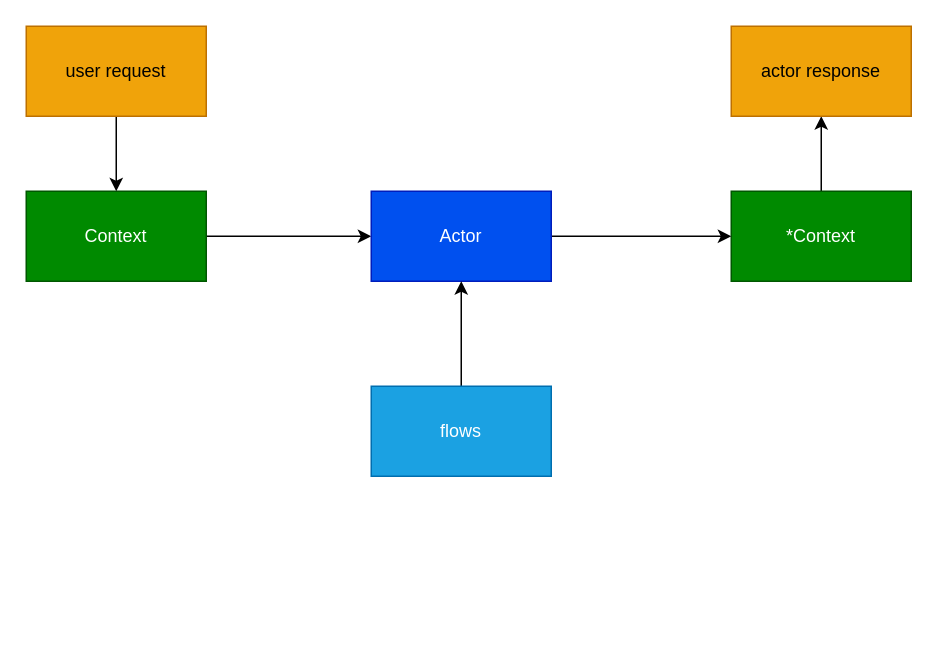
Above: draw.io/5_annotations.dio in deeppavlov/chatsky (draw.io), before the change. Source tidied: cells renumbered, new cells numbered last; positions are measured from the earlier drawing's top-left corner, leaving out a move shared by most shapes. Both pictures are drawn from the tidied source at 150%, with x=0, y=0 at pixel (26, 26).
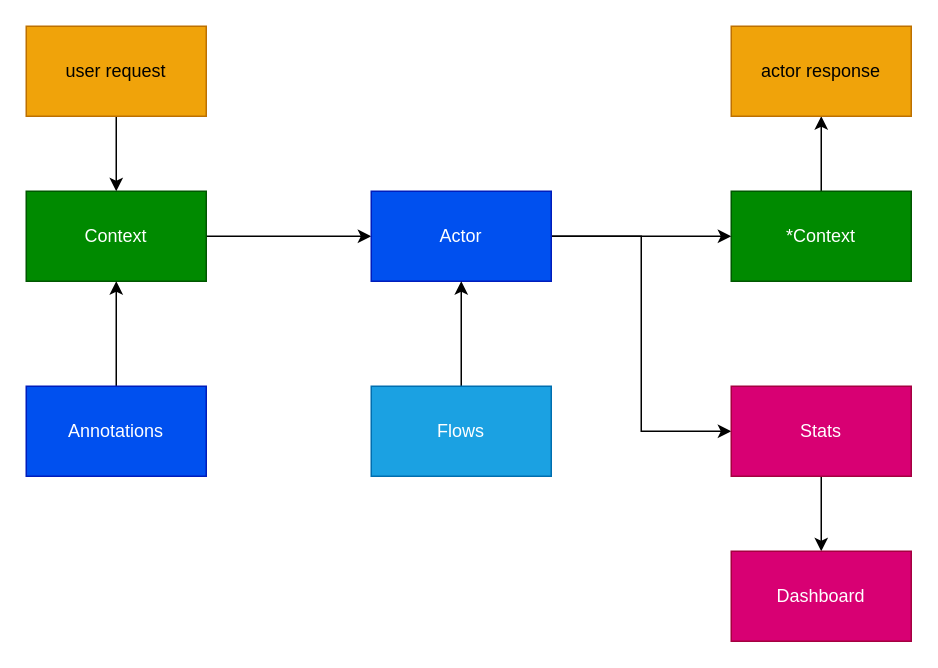
The same page after the edit.

Commit message:
dev: upd draw

The edit, as a diff of the source:
```diff
@@
 <mxGraphModel>
   <root>
     <mxCell id="0" />
     <mxCell id="1" parent="0" />
     <mxCell id="2" style="edgeStyle=orthogonalEdgeStyle;rounded=0;jettySize=auto;html=1;" parent="1" edge="1" source="3" target="7">
       <mxGeometry relative="1" as="geometry" />
     </mxCell>
     <mxCell id="3" value="Context" style="rounded=0;whiteSpace=wrap;html=1;fillColor=#008a00;strokeColor=#005700;fontColor=#ffffff;" parent="1" vertex="1">
       <mxGeometry y="110" width="120" height="60" as="geometry" />
     </mxCell>
     <mxCell id="4" style="edgeStyle=orthogonalEdgeStyle;rounded=0;jettySize=auto;html=1;" parent="1" edge="1" source="5" target="12">
       <mxGeometry relative="1" as="geometry" />
     </mxCell>
     <mxCell id="5" value="*Context" style="rounded=0;whiteSpace=wrap;html=1;fillColor=#008a00;strokeColor=#005700;fontColor=#ffffff;" parent="1" vertex="1">
       <mxGeometry x="470" y="110" width="120" height="60" as="geometry" />
     </mxCell>
     <mxCell id="6" style="edgeStyle=orthogonalEdgeStyle;rounded=0;jettySize=auto;html=1;" parent="1" edge="1" source="7" target="5">
       <mxGeometry relative="1" as="geometry" />
     </mxCell>
+    <mxCell id="13" style="edgeStyle=orthogonalEdgeStyle;rounded=0;jettySize=auto;html=1;entryX=0;entryY=0.5;entryDx=0;entryDy=0;" parent="1" edge="1" source="7" target="15">
+      <mxGeometry relative="1" as="geometry" />
+    </mxCell>
     <mxCell id="7" value="Actor" style="rounded=0;whiteSpace=wrap;html=1;fillColor=#0050ef;strokeColor=#001DBC;fontColor=#ffffff;" parent="1" vertex="1">
       <mxGeometry x="230" y="110" width="120" height="60" as="geometry" />
     </mxCell>
     <mxCell id="8" style="edgeStyle=orthogonalEdgeStyle;rounded=0;jettySize=auto;html=1;" parent="1" edge="1" source="9" target="7">
       <mxGeometry relative="1" as="geometry" />
     </mxCell>
-    <mxCell id="9" value="flows" style="rounded=0;whiteSpace=wrap;html=1;fillColor=#1ba1e2;strokeColor=#006EAF;fontColor=#ffffff;" parent="1" vertex="1">
+    <mxCell id="9" value="Flows" style="rounded=0;whiteSpace=wrap;html=1;fillColor=#1ba1e2;strokeColor=#006EAF;fontColor=#ffffff;" parent="1" vertex="1">
       <mxGeometry x="230" y="240" width="120" height="60" as="geometry" />
     </mxCell>
     <mxCell id="10" style="edgeStyle=orthogonalEdgeStyle;rounded=0;jettySize=auto;html=1;" parent="1" edge="1" source="11" target="3">
       <mxGeometry relative="1" as="geometry" />
     </mxCell>
     <mxCell id="11" value="user request" style="rounded=0;whiteSpace=wrap;html=1;fillColor=#f0a30a;strokeColor=#BD7000;fontColor=#000000;" parent="1" vertex="1">
       <mxGeometry width="120" height="60" as="geometry" />
     </mxCell>
     <mxCell id="12" value="actor response" style="rounded=0;whiteSpace=wrap;html=1;fillColor=#f0a30a;strokeColor=#BD7000;fontColor=#000000;" parent="1" vertex="1">
       <mxGeometry x="470" width="120" height="60" as="geometry" />
     </mxCell>
+    <mxCell id="14" style="edgeStyle=orthogonalEdgeStyle;rounded=0;jettySize=auto;html=1;entryX=0.5;entryY=0;entryDx=0;entryDy=0;" parent="1" edge="1" source="15" target="16">
+      <mxGeometry relative="1" as="geometry" />
+    </mxCell>
+    <mxCell id="15" value="Stats" style="rounded=0;whiteSpace=wrap;html=1;fillColor=#d80073;strokeColor=#A50040;fontColor=#ffffff;" parent="1" vertex="1">
+      <mxGeometry x="470" y="240" width="120" height="60" as="geometry" />
+    </mxCell>
+    <mxCell id="16" value="Dashboard&lt;br&gt;" style="rounded=0;whiteSpace=wrap;html=1;fillColor=#d80073;strokeColor=#A50040;fontColor=#ffffff;" parent="1" vertex="1">
+      <mxGeometry x="470" y="350" width="120" height="60" as="geometry" />
+    </mxCell>
+    <mxCell id="17" style="edgeStyle=orthogonalEdgeStyle;rounded=0;jettySize=auto;html=1;entryX=0.5;entryY=1;entryDx=0;entryDy=0;" parent="1" edge="1" source="18" target="3">
+      <mxGeometry relative="1" as="geometry" />
+    </mxCell>
+    <mxCell id="18" value="Annotations" style="rounded=0;whiteSpace=wrap;html=1;fillColor=#0050ef;strokeColor=#001DBC;fontColor=#ffffff;" parent="1" vertex="1">
+      <mxGeometry y="240" width="120" height="60" as="geometry" />
+    </mxCell>
   </root>
 </mxGraphModel>
```
